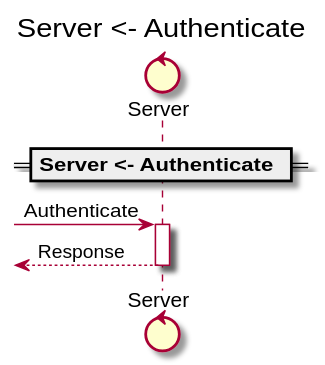
Before: docs/ThirdDivision/ServerPackage/Server/Authenticate.svg, a diagram exported from PlantUML (anz-bank/sysl-catalog).
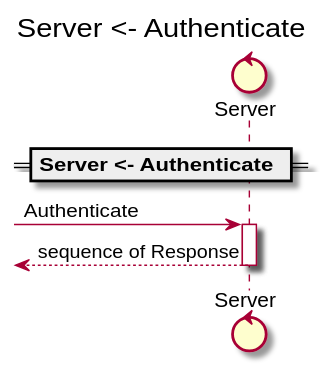
The same file after the commit.

What changed in the source:
```diff
@@ -7,6 +7,6 @@
 == Server <- Authenticate ==
 [->_0 : Authenticate
 activate _0
-[<--_0 : Response
+[<--_0 : sequence of Response
 deactivate _0
 @enduml
```
